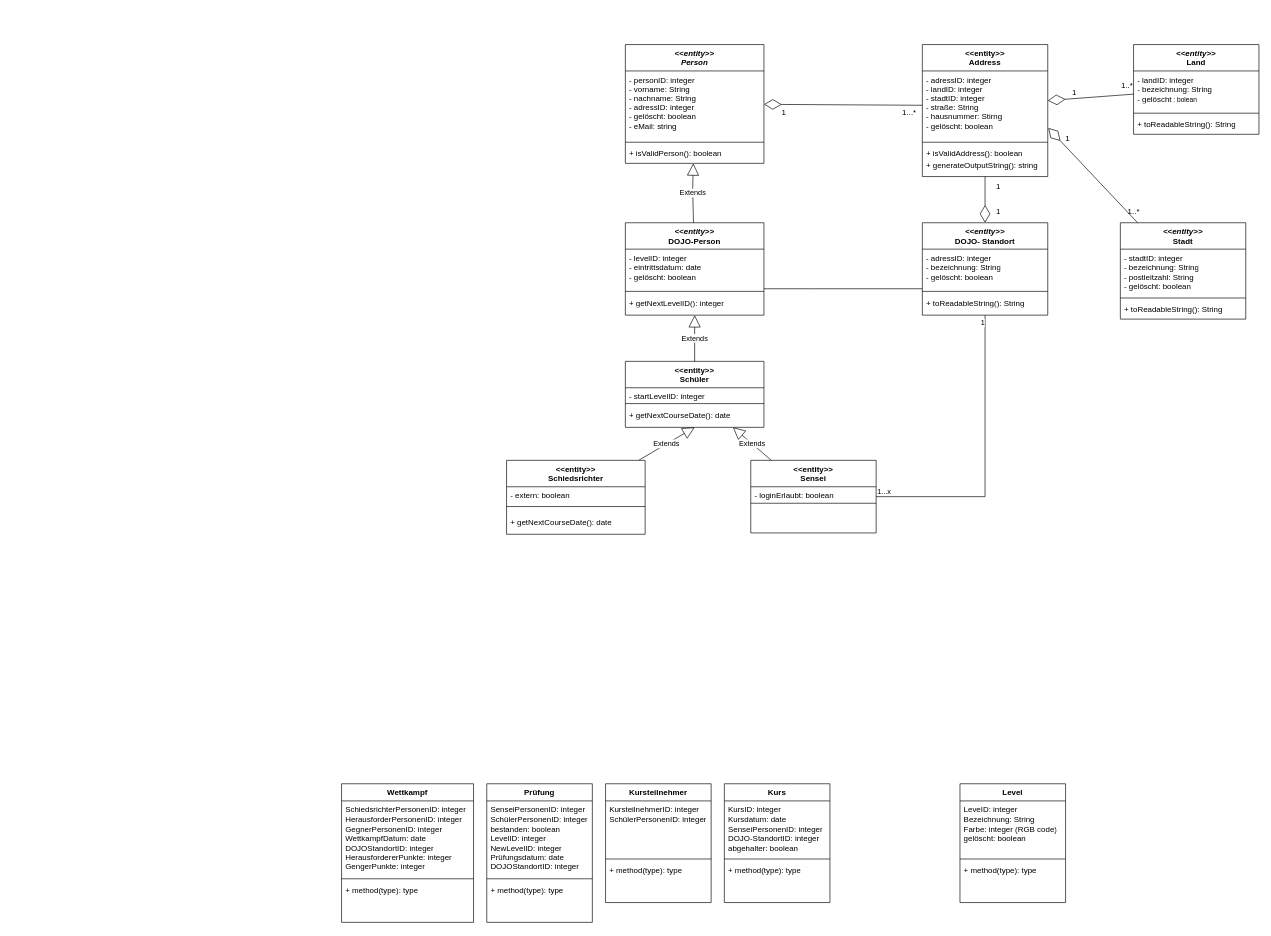
This is Klassendiagramm_UseCase.drawio from Mikomy/Softwaremanagement-1, a draw.io file, before an edit. Source tidied: cells renumbered, new cells numbered last; positions are measured from the earlier drawing's top-left corner, leaving out a move shared by most shapes. Both pictures are drawn from the tidied source at 66%, with x=0, y=0 at pixel (341, 44).
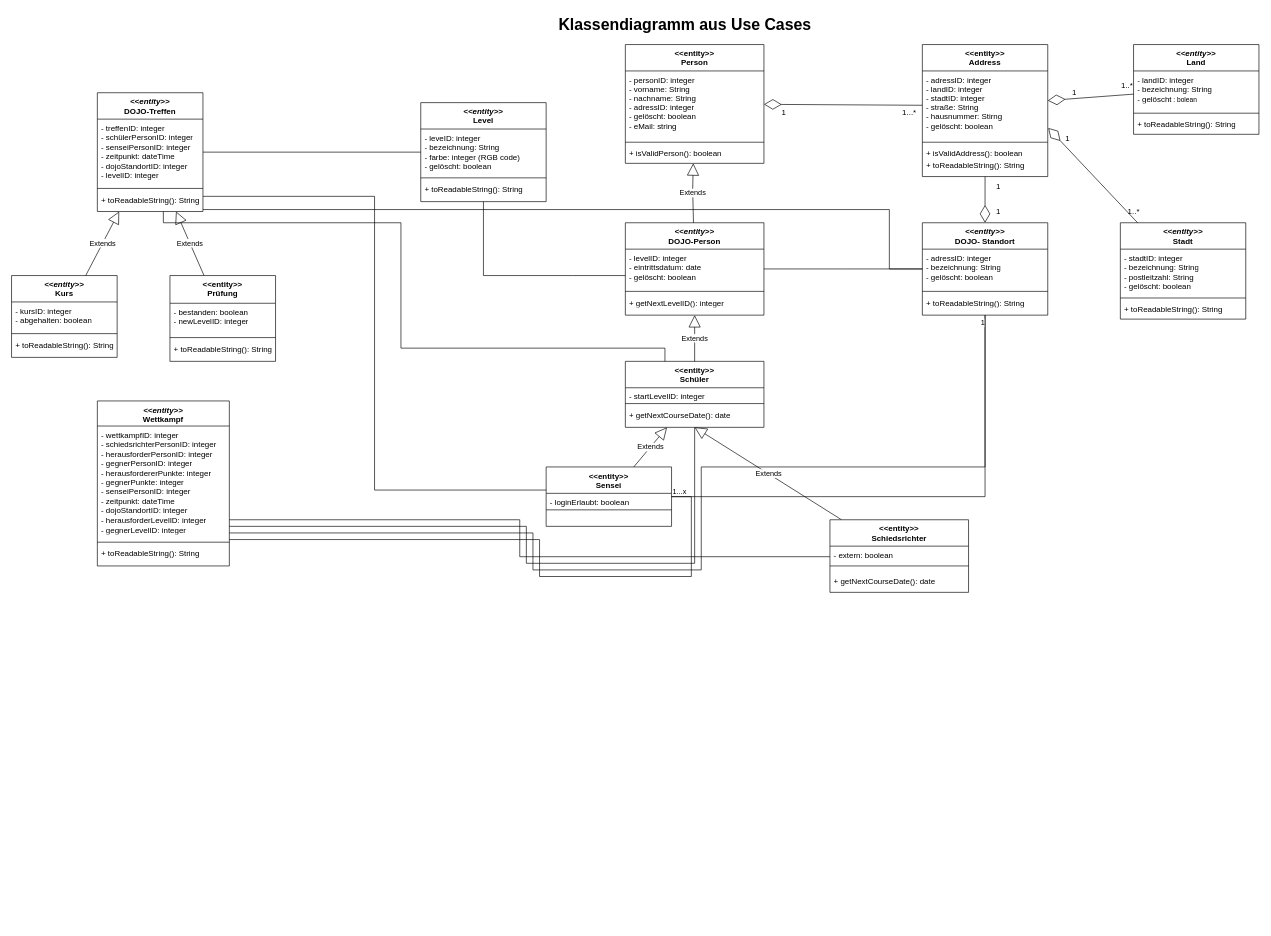
The same diagram, later.

Commit message (it also covers changes not shown here):
Files vereinheitlicht, Klassendiagramm aus Use Cases fertig gestellt

The change refers to these unchanged cells:
```xml
<mxCell id="6" value="&lt;&lt;entity&gt;&gt;&#10;Schüler" style="swimlane;fontStyle=1;align=center;verticalAlign=top;horizontal=1;startSize=40;rounded=0;shadow=0;strokeWidth=1;" parent="1" vertex="1">
  <mxGeometry x="430" y="480" width="210" height="100" as="geometry" />
</mxCell>
<mxCell id="13" value="&lt;&lt;entity&gt;&gt;&#10;Address" style="swimlane;fontStyle=1;align=center;verticalAlign=top;horizontal=1;startSize=40;rounded=0;shadow=0;strokeWidth=1;" parent="1" vertex="1">
  <mxGeometry x="880" width="190" height="200" as="geometry" />
</mxCell>
<mxCell id="26" value="&lt;span style=&quot;font-style: italic; text-wrap: nowrap;&quot;&gt;&amp;lt;&amp;lt;entity&amp;gt;&amp;gt;&lt;br&gt;&lt;/span&gt;DOJO- Standort" style="swimlane;fontStyle=1;align=center;verticalAlign=top;horizontal=1;startSize=40;whiteSpace=wrap;html=1;" parent="1" vertex="1">
  <mxGeometry x="880" y="270" width="190" height="140" as="geometry" />
</mxCell>
<mxCell id="34" value="&lt;span style=&quot;font-style: italic; text-wrap: nowrap;&quot;&gt;&amp;lt;&amp;lt;entity&amp;gt;&amp;gt;&lt;br&gt;&lt;/span&gt;DOJO-Person" style="swimlane;fontStyle=1;align=center;verticalAlign=top;horizontal=1;startSize=40;whiteSpace=wrap;html=1;" parent="1" vertex="1">
  <mxGeometry x="430" y="270" width="210" height="140" as="geometry" />
</mxCell>
```

Diff of the diagram source:
```diff
@@
-    <mxCell id="2" value="&lt;&lt;entity&gt;&gt;&#10;Person" style="swimlane;fontStyle=3;align=center;verticalAlign=top;horizontal=1;startSize=40;rounded=0;shadow=0;strokeWidth=1;" parent="1" vertex="1">
+    <mxCell id="2" value="&lt;&lt;entity&gt;&gt;&#10;Person" style="swimlane;fontStyle=1;align=center;verticalAlign=top;horizontal=1;startSize=40;rounded=0;shadow=0;strokeWidth=1;" parent="1" vertex="1">
       <mxGeometry x="430" width="210" height="180" as="geometry" />
     </mxCell>
@@
     <mxCell id="10" value="&lt;&lt;entity&gt;&gt;&#10;Sensei" style="swimlane;fontStyle=1;align=center;verticalAlign=top;horizontal=1;startSize=40;rounded=0;shadow=0;strokeWidth=1;" parent="1" vertex="1">
-      <mxGeometry x="620" y="630" width="190" height="110" as="geometry" />
+      <mxGeometry x="310" y="640" width="190" height="90" as="geometry" />
     </mxCell>
@@
-    <mxCell id="17" value="+ generateOutputString(): string" style="text;align=left;verticalAlign=top;spacingLeft=4;spacingRight=4;overflow=hidden;" parent="13" vertex="1">
+    <mxCell id="17" value="+ toReadableString(): String" style="text;align=left;verticalAlign=top;spacingLeft=4;spacingRight=4;overflow=hidden;" parent="13" vertex="1">
       <mxGeometry y="170" width="190" height="26" as="geometry" />
     </mxCell>
@@
-    <mxCell id="30" value="Level" style="swimlane;fontStyle=1;align=center;verticalAlign=top;horizontal=1;startSize=26;whiteSpace=wrap;html=1;" parent="1" vertex="1">
-      <mxGeometry x="937" y="1120" width="160" height="180" as="geometry" />
+    <mxCell id="30" value="&lt;span style=&quot;font-style: italic; text-wrap: nowrap;&quot;&gt;&amp;lt;&amp;lt;entity&amp;gt;&amp;gt;&lt;br&gt;&lt;/span&gt;Level" style="swimlane;fontStyle=1;align=center;verticalAlign=top;horizontal=1;startSize=40;whiteSpace=wrap;html=1;" parent="1" vertex="1">
+      <mxGeometry x="120" y="88" width="190" height="150" as="geometry" />
     </mxCell>
-    <mxCell id="31" value="&lt;div&gt;LeveID: integer&lt;/div&gt;&lt;div&gt;Bezeichnung: String&lt;/div&gt;&lt;div&gt;Farbe: integer (RGB code)&lt;/div&gt;&lt;div&gt;gelöscht: boolean&lt;/div&gt;" style="text;strokeColor=none;fillColor=none;align=left;verticalAlign=top;spacingLeft=4;spacingRight=4;overflow=hidden;whiteSpace=wrap;html=1;" parent="30" vertex="1">
-      <mxGeometry y="26" width="160" height="84" as="geometry" />
+    <mxCell id="31" value="&lt;div&gt;- leveID: integer&lt;/div&gt;&lt;div&gt;- bezeichnung: String&lt;/div&gt;&lt;div&gt;- farbe: integer (RGB code)&lt;/div&gt;&lt;div&gt;- gelöscht: boolean&lt;/div&gt;" style="text;strokeColor=none;fillColor=none;align=left;verticalAlign=top;spacingLeft=4;spacingRight=4;overflow=hidden;whiteSpace=wrap;html=1;" parent="30" vertex="1">
+      <mxGeometry y="40" width="190" height="70" as="geometry" />
     </mxCell>
     <mxCell id="32" style="line;strokeWidth=1;fillColor=none;align=left;verticalAlign=middle;spacingTop=-1;spacingLeft=3;spacingRight=3;labelPosition=right;strokeColor=inherit;" parent="30" vertex="1">
-      <mxGeometry y="110" width="160" height="8" as="geometry" />
+      <mxGeometry y="110" width="190" height="8" as="geometry" />
     </mxCell>
-    <mxCell id="33" value="+ method(type): type" style="text;strokeColor=none;fillColor=none;align=left;verticalAlign=top;spacingLeft=4;spacingRight=4;overflow=hidden;whiteSpace=wrap;html=1;" parent="30" vertex="1">
-      <mxGeometry y="118" width="160" height="62" as="geometry" />
+    <mxCell id="33" value="+ toReadableString(): String" style="text;strokeColor=none;fillColor=none;align=left;verticalAlign=top;spacingLeft=4;spacingRight=4;overflow=hidden;whiteSpace=wrap;html=1;" parent="30" vertex="1">
+      <mxGeometry y="118" width="190" height="32" as="geometry" />
     </mxCell>
@@
-    <mxCell id="38" value="Kurs" style="swimlane;fontStyle=1;align=center;verticalAlign=top;horizontal=1;startSize=26;whiteSpace=wrap;html=1;" parent="1" vertex="1">
-      <mxGeometry x="580" y="1120" width="160" height="180" as="geometry" />
+    <mxCell id="38" value="&lt;span style=&quot;font-style: italic; text-wrap: nowrap;&quot;&gt;&amp;lt;&amp;lt;entity&amp;gt;&amp;gt;&lt;br&gt;&lt;/span&gt;Kurs" style="swimlane;fontStyle=1;align=center;verticalAlign=top;horizontal=1;startSize=40;whiteSpace=wrap;html=1;" parent="1" vertex="1">
+      <mxGeometry x="-500" y="350" width="160" height="124" as="geometry" />
     </mxCell>
-    <mxCell id="39" value="KursID: integer&lt;div&gt;Kursdatum: date&lt;/div&gt;&lt;div&gt;SenseiPersonenID: integer&lt;/div&gt;&lt;div&gt;DOJO-StandortID: integer&lt;/div&gt;&lt;div&gt;abgehalter: boolean&lt;/div&gt;" style="text;strokeColor=none;fillColor=none;align=left;verticalAlign=top;spacingLeft=4;spacingRight=4;overflow=hidden;whiteSpace=wrap;html=1;" parent="38" vertex="1">
-      <mxGeometry y="26" width="160" height="84" as="geometry" />
+    <mxCell id="39" value="- kursID: integer&lt;div&gt;&lt;span style=&quot;background-color: initial;&quot;&gt;- abgehalten: boolean&lt;/span&gt;&lt;br&gt;&lt;/div&gt;" style="text;strokeColor=none;fillColor=none;align=left;verticalAlign=top;spacingLeft=4;spacingRight=4;overflow=hidden;whiteSpace=wrap;html=1;" parent="38" vertex="1">
+      <mxGeometry y="40" width="160" height="44" as="geometry" />
     </mxCell>
     <mxCell id="40" style="line;strokeWidth=1;fillColor=none;align=left;verticalAlign=middle;spacingTop=-1;spacingLeft=3;spacingRight=3;labelPosition=right;strokeColor=inherit;" parent="38" vertex="1">
-      <mxGeometry y="110" width="160" height="8" as="geometry" />
+      <mxGeometry y="84" width="160" height="8" as="geometry" />
     </mxCell>
-    <mxCell id="41" value="+ method(type): type" style="text;strokeColor=none;fillColor=none;align=left;verticalAlign=top;spacingLeft=4;spacingRight=4;overflow=hidden;whiteSpace=wrap;html=1;" parent="38" vertex="1">
-      <mxGeometry y="118" width="160" height="62" as="geometry" />
+    <mxCell id="41" value="+ toReadableString(): String" style="text;strokeColor=none;fillColor=none;align=left;verticalAlign=top;spacingLeft=4;spacingRight=4;overflow=hidden;whiteSpace=wrap;html=1;" parent="38" vertex="1">
+      <mxGeometry y="92" width="160" height="32" as="geometry" />
     </mxCell>
-    <mxCell id="42" value="Kursteilnehmer" style="swimlane;fontStyle=1;align=center;verticalAlign=top;horizontal=1;startSize=26;whiteSpace=wrap;html=1;" parent="1" vertex="1">
-      <mxGeometry x="400" y="1120" width="160" height="180" as="geometry" />
+    <mxCell id="42" value="&lt;span style=&quot;font-style: italic; text-wrap: nowrap;&quot;&gt;&amp;lt;&amp;lt;entity&amp;gt;&amp;gt;&lt;/span&gt;&lt;br&gt;DOJO-Treffen" style="swimlane;fontStyle=1;align=center;verticalAlign=top;horizontal=1;startSize=40;whiteSpace=wrap;html=1;" parent="1" vertex="1">
+      <mxGeometry x="-370" y="73" width="160" height="180" as="geometry" />
     </mxCell>
-    <mxCell id="43" value="KursteilnehmerID: integer&lt;div&gt;SchülerPersonenID: integer&lt;/div&gt;&lt;div&gt;&lt;br&gt;&lt;/div&gt;" style="text;strokeColor=none;fillColor=none;align=left;verticalAlign=top;spacingLeft=4;spacingRight=4;overflow=hidden;whiteSpace=wrap;html=1;" parent="42" vertex="1">
-      <mxGeometry y="26" width="160" height="84" as="geometry" />
+    <mxCell id="43" value="- treffenID: integer&lt;div&gt;- schülerPersonID: integer&lt;/div&gt;&lt;div&gt;- senseiPersonID: integer&lt;/div&gt;&lt;div&gt;- zeitpunkt: dateTime&lt;/div&gt;&lt;div&gt;- dojoStandortID: integer&lt;/div&gt;&lt;div&gt;- levelID: integer&lt;/div&gt;" style="text;strokeColor=none;fillColor=none;align=left;verticalAlign=top;spacingLeft=4;spacingRight=4;overflow=hidden;whiteSpace=wrap;html=1;" parent="42" vertex="1">
+      <mxGeometry y="40" width="160" height="100" as="geometry" />
     </mxCell>
     <mxCell id="44" style="line;strokeWidth=1;fillColor=none;align=left;verticalAlign=middle;spacingTop=-1;spacingLeft=3;spacingRight=3;labelPosition=right;strokeColor=inherit;" parent="42" vertex="1">
-      <mxGeometry y="110" width="160" height="8" as="geometry" />
+      <mxGeometry y="140" width="160" height="10" as="geometry" />
     </mxCell>
-    <mxCell id="45" value="+ method(type): type" style="text;strokeColor=none;fillColor=none;align=left;verticalAlign=top;spacingLeft=4;spacingRight=4;overflow=hidden;whiteSpace=wrap;html=1;" parent="42" vertex="1">
-      <mxGeometry y="118" width="160" height="62" as="geometry" />
-    </mxCell>
+    <mxCell id="81" value="+ toReadableString(): String" style="text;strokeColor=none;fillColor=none;align=left;verticalAlign=top;spacingLeft=4;spacingRight=4;overflow=hidden;whiteSpace=wrap;html=1;" parent="42" vertex="1">
+      <mxGeometry y="150" width="160" height="30" as="geometry" />
+    </mxCell>
-    <mxCell id="46" value="Prüfung" style="swimlane;fontStyle=1;align=center;verticalAlign=top;horizontal=1;startSize=26;whiteSpace=wrap;html=1;" parent="1" vertex="1">
-      <mxGeometry x="220" y="1120" width="160" height="210" as="geometry" />
+    <mxCell id="46" value="&lt;span style=&quot;text-wrap: nowrap;&quot;&gt;&amp;lt;&amp;lt;entity&amp;gt;&amp;gt;&lt;br&gt;&lt;/span&gt;Prüfung" style="swimlane;fontStyle=1;align=center;verticalAlign=top;horizontal=1;startSize=42;whiteSpace=wrap;html=1;" parent="1" vertex="1">
+      <mxGeometry x="-260" y="350" width="160" height="130" as="geometry" />
     </mxCell>
-    <mxCell id="47" value="&lt;div&gt;SenseiPersonenID: integer&lt;/div&gt;&lt;div&gt;SchülerPersonenID: integer&lt;/div&gt;&lt;div&gt;bestanden: boolean&lt;/div&gt;&lt;div&gt;LevelID: integer&lt;/div&gt;&lt;div&gt;NewLevelID: integer&lt;/div&gt;&lt;div&gt;Prüfungsdatum: date&lt;/div&gt;&lt;div&gt;DOJOStandortID: integer&lt;/div&gt;" style="text;strokeColor=none;fillColor=none;align=left;verticalAlign=top;spacingLeft=4;spacingRight=4;overflow=hidden;whiteSpace=wrap;html=1;" parent="46" vertex="1">
-      <mxGeometry y="26" width="160" height="114" as="geometry" />
+    <mxCell id="47" value="&lt;div&gt;&lt;span style=&quot;background-color: initial;&quot;&gt;- bestanden: boolean&lt;/span&gt;&lt;/div&gt;&lt;div&gt;- newLevelID: integer&lt;/div&gt;" style="text;strokeColor=none;fillColor=none;align=left;verticalAlign=top;spacingLeft=4;spacingRight=4;overflow=hidden;whiteSpace=wrap;html=1;" parent="46" vertex="1">
+      <mxGeometry y="42" width="160" height="48" as="geometry" />
     </mxCell>
     <mxCell id="48" style="line;strokeWidth=1;fillColor=none;align=left;verticalAlign=middle;spacingTop=-1;spacingLeft=3;spacingRight=3;labelPosition=right;strokeColor=inherit;" parent="46" vertex="1">
-      <mxGeometry y="140" width="160" height="8" as="geometry" />
+      <mxGeometry y="90" width="160" height="8" as="geometry" />
     </mxCell>
-    <mxCell id="49" value="+ method(type): type" style="text;strokeColor=none;fillColor=none;align=left;verticalAlign=top;spacingLeft=4;spacingRight=4;overflow=hidden;whiteSpace=wrap;html=1;" parent="46" vertex="1">
-      <mxGeometry y="148" width="160" height="62" as="geometry" />
+    <mxCell id="49" value="+ toReadableString(): String" style="text;strokeColor=none;fillColor=none;align=left;verticalAlign=top;spacingLeft=4;spacingRight=4;overflow=hidden;whiteSpace=wrap;html=1;" parent="46" vertex="1">
+      <mxGeometry y="98" width="160" height="32" as="geometry" />
     </mxCell>
-    <mxCell id="50" value="Wettkampf" style="swimlane;fontStyle=1;align=center;verticalAlign=top;horizontal=1;startSize=26;whiteSpace=wrap;html=1;" parent="1" vertex="1">
-      <mxGeometry y="1120" width="200" height="210" as="geometry" />
+    <mxCell id="50" value="&lt;span style=&quot;font-style: italic; text-wrap: nowrap;&quot;&gt;&amp;lt;&amp;lt;entity&amp;gt;&amp;gt;&lt;br&gt;&lt;/span&gt;Wettkampf" style="swimlane;fontStyle=1;align=center;verticalAlign=top;horizontal=1;startSize=38;whiteSpace=wrap;html=1;" parent="1" vertex="1">
+      <mxGeometry x="-370" y="540" width="200" height="250" as="geometry" />
     </mxCell>
-    <mxCell id="51" value="&lt;div&gt;SchiedsrichterPersonenID: integer&lt;/div&gt;&lt;div&gt;HerausforderPersonenID: integer&lt;/div&gt;&lt;div&gt;GegnerPersonenID: integer&lt;/div&gt;&lt;div&gt;WettkampfDatum: date&lt;/div&gt;&lt;div&gt;DOJOStandortID: integer&lt;/div&gt;&lt;div&gt;HerausfordererPunkte: integer&lt;/div&gt;&lt;div&gt;GengerPunkte: integer&lt;/div&gt;&lt;div&gt;&lt;br&gt;&lt;/div&gt;" style="text;strokeColor=none;fillColor=none;align=left;verticalAlign=top;spacingLeft=4;spacingRight=4;overflow=hidden;whiteSpace=wrap;html=1;" parent="50" vertex="1">
-      <mxGeometry y="26" width="200" height="114" as="geometry" />
+    <mxCell id="51" value="&lt;div&gt;- wettkampfID: integer&lt;br&gt;&lt;/div&gt;&lt;div&gt;- schiedsrichterPersonID: integer&lt;/div&gt;&lt;div&gt;- herausforderPersonID: integer&lt;/div&gt;&lt;div&gt;- gegnerPersonID: integer&lt;/div&gt;&lt;div&gt;&lt;span style=&quot;background-color: initial;&quot;&gt;- herausfordererPunkte: integer&lt;/span&gt;&lt;br&gt;&lt;/div&gt;&lt;div&gt;- gegnerPunkte: integer&lt;/div&gt;&lt;div&gt;&lt;div&gt;&lt;span style=&quot;background-color: initial;&quot;&gt;- senseiPersonID: integer&lt;/span&gt;&lt;br&gt;&lt;/div&gt;&lt;div&gt;- zeitpunkt: dateTime&lt;/div&gt;&lt;div&gt;- dojoStandortID: integer&lt;/div&gt;&lt;div&gt;- herausforderLevelID: integer&lt;/div&gt;&lt;/div&gt;&lt;div&gt;- gegnerLevelID: integer&lt;br&gt;&lt;/div&gt;" style="text;strokeColor=none;fillColor=none;align=left;verticalAlign=top;spacingLeft=4;spacingRight=4;overflow=hidden;whiteSpace=wrap;html=1;" parent="50" vertex="1">
+      <mxGeometry y="38" width="200" height="172" as="geometry" />
     </mxCell>
     <mxCell id="52" style="line;strokeWidth=1;fillColor=none;align=left;verticalAlign=middle;spacingTop=-1;spacingLeft=3;spacingRight=3;labelPosition=right;strokeColor=inherit;" parent="50" vertex="1">
-      <mxGeometry y="140" width="200" height="8" as="geometry" />
+      <mxGeometry y="210" width="200" height="8" as="geometry" />
     </mxCell>
-    <mxCell id="53" value="+ method(type): type" style="text;strokeColor=none;fillColor=none;align=left;verticalAlign=top;spacingLeft=4;spacingRight=4;overflow=hidden;whiteSpace=wrap;html=1;" parent="50" vertex="1">
-      <mxGeometry y="148" width="200" height="62" as="geometry" />
+    <mxCell id="53" value="+ toReadableString(): String" style="text;strokeColor=none;fillColor=none;align=left;verticalAlign=top;spacingLeft=4;spacingRight=4;overflow=hidden;whiteSpace=wrap;html=1;" parent="50" vertex="1">
+      <mxGeometry y="218" width="200" height="32" as="geometry" />
     </mxCell>
@@
     <mxCell id="57" value="&lt;&lt;entity&gt;&gt;&#10;Schiedsrichter" style="swimlane;fontStyle=1;align=center;verticalAlign=top;horizontal=1;startSize=40;rounded=0;shadow=0;strokeWidth=1;" parent="1" vertex="1">
-      <mxGeometry x="250" y="630" width="210" height="112" as="geometry" />
+      <mxGeometry x="740" y="720" width="210" height="110" as="geometry" />
     </mxCell>
@@
     <mxCell id="60" value="+ getNextCourseDate(): date" style="text;strokeColor=none;fillColor=none;align=left;verticalAlign=top;spacingLeft=4;spacingRight=4;overflow=hidden;whiteSpace=wrap;html=1;" parent="57" vertex="1">
-      <mxGeometry y="80" width="210" height="32" as="geometry" />
+      <mxGeometry y="80" width="210" height="20" as="geometry" />
     </mxCell>
@@
     <mxCell id="69" style="endArrow=none;html=1;edgeStyle=orthogonalEdgeStyle;rounded=0;" parent="1" edge="1" source="34" target="26">
       <mxGeometry relative="1" as="geometry">
         <Array as="points">
-          <mxPoint x="710" y="370" />
-          <mxPoint x="710" y="370" />
+          <mxPoint x="760" y="340" />
+          <mxPoint x="760" y="340" />
         </Array>
       </mxGeometry>
     </mxCell>
@@
+    <mxCell id="82" style="endArrow=none;html=1;edgeStyle=orthogonalEdgeStyle;rounded=0;" parent="1" edge="1" source="30" target="34">
+      <mxGeometry relative="1" as="geometry">
+        <Array as="points">
+          <mxPoint x="350" y="350" />
+          <mxPoint x="350" y="350" />
+        </Array>
+      </mxGeometry>
+    </mxCell>
+    <mxCell id="83" style="endArrow=none;html=1;edgeStyle=orthogonalEdgeStyle;rounded=0;" parent="1" edge="1" source="42" target="26">
+      <mxGeometry relative="1" as="geometry">
+        <Array as="points">
+          <mxPoint x="830" y="250" />
+          <mxPoint x="830" y="340" />
+        </Array>
+      </mxGeometry>
+    </mxCell>
+    <mxCell id="84" style="endArrow=none;html=1;edgeStyle=orthogonalEdgeStyle;rounded=0;" parent="1" edge="1" source="42" target="30">
+      <mxGeometry relative="1" as="geometry" />
+    </mxCell>
+    <mxCell id="85" style="endArrow=none;html=1;edgeStyle=orthogonalEdgeStyle;rounded=0;" parent="1" edge="1" source="42" target="6">
+      <mxGeometry relative="1" as="geometry">
+        <Array as="points">
+          <mxPoint x="-270" y="270" />
+          <mxPoint x="90" y="270" />
+          <mxPoint x="90" y="460" />
+          <mxPoint x="490" y="460" />
+        </Array>
+      </mxGeometry>
+    </mxCell>
+    <mxCell id="86" style="endArrow=none;html=1;edgeStyle=orthogonalEdgeStyle;rounded=0;" parent="1" edge="1" source="42" target="10">
+      <mxGeometry relative="1" as="geometry">
+        <Array as="points">
+          <mxPoint x="50" y="230" />
+          <mxPoint x="50" y="675" />
+        </Array>
+      </mxGeometry>
+    </mxCell>
+    <mxCell id="87" value="Extends" style="endArrow=block;endSize=16;endFill=0;html=1;rounded=0;" parent="1" edge="1" source="38" target="42">
+      <mxGeometry relative="1" as="geometry" />
+    </mxCell>
+    <mxCell id="88" value="Extends" style="endArrow=block;endSize=16;endFill=0;html=1;rounded=0;" parent="1" edge="1" source="46" target="42">
+      <mxGeometry relative="1" as="geometry" />
+    </mxCell>
+    <mxCell id="89" style="endArrow=none;html=1;edgeStyle=orthogonalEdgeStyle;rounded=0;" parent="1" edge="1" source="50" target="57">
+      <mxGeometry relative="1" as="geometry">
+        <Array as="points">
+          <mxPoint x="270" y="720" />
+          <mxPoint x="270" y="776" />
+        </Array>
+      </mxGeometry>
+    </mxCell>
+    <mxCell id="90" style="endArrow=none;html=1;edgeStyle=orthogonalEdgeStyle;rounded=0;" parent="1" edge="1" source="50" target="6">
+      <mxGeometry relative="1" as="geometry">
+        <Array as="points">
+          <mxPoint x="280" y="730" />
+          <mxPoint x="280" y="786" />
+          <mxPoint x="535" y="786" />
+        </Array>
+      </mxGeometry>
+    </mxCell>
+    <mxCell id="91" style="endArrow=none;html=1;edgeStyle=orthogonalEdgeStyle;rounded=0;" parent="1" edge="1" source="50" target="26">
+      <mxGeometry relative="1" as="geometry">
+        <Array as="points">
+          <mxPoint x="290" y="740" />
+          <mxPoint x="290" y="796" />
+          <mxPoint x="545" y="796" />
+          <mxPoint x="545" y="640" />
+          <mxPoint x="975" y="640" />
+        </Array>
+      </mxGeometry>
+    </mxCell>
+    <mxCell id="92" style="endArrow=none;html=1;edgeStyle=orthogonalEdgeStyle;rounded=0;" parent="1" edge="1" source="50" target="10">
+      <mxGeometry relative="1" as="geometry">
+        <Array as="points">
+          <mxPoint x="300" y="750" />
+          <mxPoint x="300" y="806" />
+          <mxPoint x="530" y="806" />
+          <mxPoint x="530" y="685" />
+        </Array>
+      </mxGeometry>
+    </mxCell>
+    <mxCell id="93" value="&lt;b&gt;&lt;font style=&quot;font-size: 24px;&quot;&gt;Klassendiagramm aus Use Cases&lt;/font&gt;&lt;/b&gt;" style="text;html=1;align=center;verticalAlign=middle;strokeColor=none;fillColor=none;" parent="1" vertex="1">
+      <mxGeometry x="315" y="-50" width="410" height="40" as="geometry" />
+    </mxCell>
```
